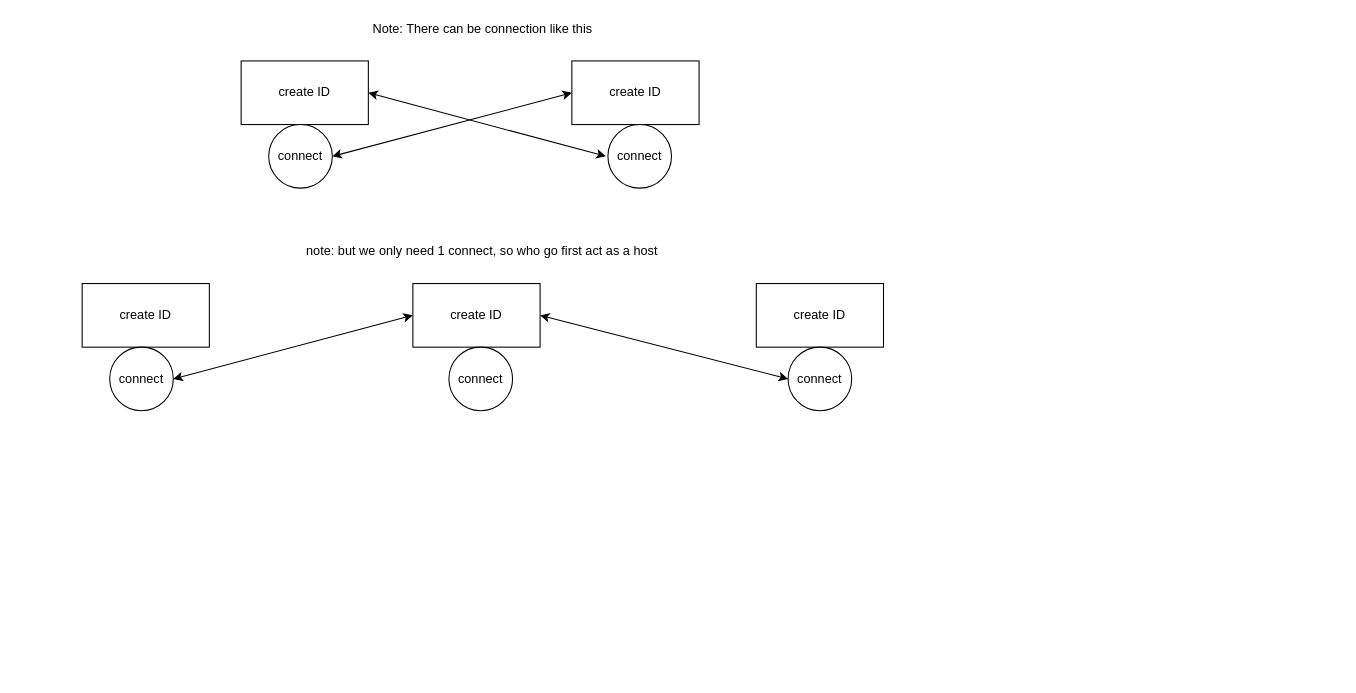
NeighBorChat/NeighBorChat keeps this draw.io diagram as diagram/ConnectionDiagram.drawio. Above is the earlier version. Source tidied: cells renumbered, new cells numbered last; positions are measured from the earlier drawing's top-left corner, leaving out a move shared by most shapes. Both pictures are drawn from the tidied source at 106%, with x=0, y=0 at pixel (82, 18).
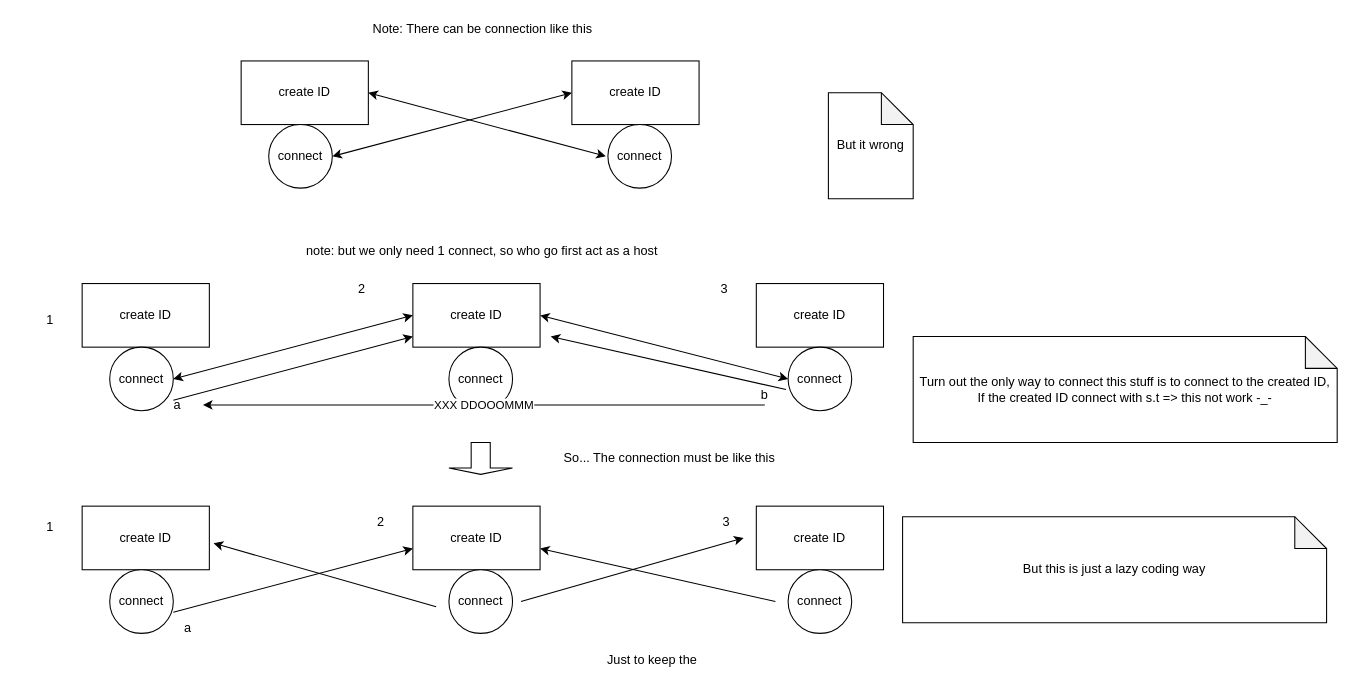
The same diagram, later.

Diff of the diagram source:
```diff
@@
+    <mxCell id="18" value="But it wrong" style="shape=note;whiteSpace=wrap;html=1;backgroundOutline=1;darkOpacity=0.05;" parent="1" vertex="1">
+      <mxGeometry x="704" y="70" width="80" height="100" as="geometry" />
+    </mxCell>
+    <mxCell id="19" value="Turn out the only way to connect this stuff is to connect to the created ID,&lt;br&gt;If the created ID connect with s.t =&amp;gt; this not work -_-" style="shape=note;whiteSpace=wrap;html=1;backgroundOutline=1;darkOpacity=0.05;" parent="1" vertex="1">
+      <mxGeometry x="784" y="300" width="400" height="100" as="geometry" />
+    </mxCell>
+    <mxCell id="20" style="endArrow=classic;startArrow=none;html=1;exitX=1;exitY=0.5;exitDx=0;exitDy=0;entryX=0;entryY=0.5;entryDx=0;entryDy=0;startFill=0;" parent="1" edge="1">
+      <mxGeometry relative="1" as="geometry">
+        <mxPoint x="86" y="360" as="sourcePoint" />
+        <mxPoint x="312" y="300" as="targetPoint" />
+      </mxGeometry>
+    </mxCell>
+    <mxCell id="21" style="endArrow=none;startArrow=classic;html=1;startFill=1;endFill=0;" parent="1" edge="1">
+      <mxGeometry relative="1" as="geometry">
+        <mxPoint x="442" y="300" as="sourcePoint" />
+        <mxPoint x="664" y="350" as="targetPoint" />
+      </mxGeometry>
+    </mxCell>
+    <mxCell id="22" value="create ID" style="rounded=0;whiteSpace=wrap;html=1;" parent="1" vertex="1">
+      <mxGeometry x="312" y="460" width="120" height="60" as="geometry" />
+    </mxCell>
+    <mxCell id="23" value="create ID" style="rounded=0;whiteSpace=wrap;html=1;" parent="1" vertex="1">
+      <mxGeometry x="636" y="460" width="120" height="60" as="geometry" />
+    </mxCell>
+    <mxCell id="24" value="connect" style="ellipse;whiteSpace=wrap;html=1;" parent="1" vertex="1">
+      <mxGeometry x="666" y="520" width="60" height="60" as="geometry" />
+    </mxCell>
+    <mxCell id="25" value="create ID" style="rounded=0;whiteSpace=wrap;html=1;" parent="1" vertex="1">
+      <mxGeometry y="460" width="120" height="60" as="geometry" />
+    </mxCell>
+    <mxCell id="26" value="connect" style="ellipse;whiteSpace=wrap;html=1;" parent="1" vertex="1">
+      <mxGeometry x="346" y="520" width="60" height="60" as="geometry" />
+    </mxCell>
+    <mxCell id="27" value="connect" style="ellipse;whiteSpace=wrap;html=1;" parent="1" vertex="1">
+      <mxGeometry x="26" y="520" width="60" height="60" as="geometry" />
+    </mxCell>
+    <mxCell id="28" style="endArrow=classic;startArrow=none;html=1;exitX=1;exitY=0.5;exitDx=0;exitDy=0;startFill=0;" parent="1" edge="1">
+      <mxGeometry relative="1" as="geometry">
+        <mxPoint x="334" y="555" as="sourcePoint" />
+        <mxPoint x="124" y="495" as="targetPoint" />
+      </mxGeometry>
+    </mxCell>
+    <mxCell id="29" style="endArrow=none;startArrow=classic;html=1;startFill=1;endFill=0;" parent="1" edge="1">
+      <mxGeometry relative="1" as="geometry">
+        <mxPoint x="624" y="490" as="sourcePoint" />
+        <mxPoint x="414" y="550" as="targetPoint" />
+      </mxGeometry>
+    </mxCell>
+    <mxCell id="30" style="shape=singleArrow;direction=south;whiteSpace=wrap;html=1;" parent="1" vertex="1">
+      <mxGeometry x="346" y="400" width="60" height="30" as="geometry" />
+    </mxCell>
+    <mxCell id="31" value="So... The connection must be like this&amp;nbsp;" style="text;html=1;strokeColor=none;fillColor=none;align=center;verticalAlign=middle;whiteSpace=wrap;rounded=0;" parent="1" vertex="1">
+      <mxGeometry x="432" y="400" width="248" height="30" as="geometry" />
+    </mxCell>
+    <mxCell id="32" value="Just to keep the" style="text;html=1;strokeColor=none;fillColor=none;align=center;verticalAlign=middle;whiteSpace=wrap;rounded=0;" parent="1" vertex="1">
+      <mxGeometry x="432" y="590" width="212" height="30" as="geometry" />
+    </mxCell>
+    <mxCell id="33" value="1" style="text;html=1;strokeColor=none;fillColor=none;align=center;verticalAlign=middle;whiteSpace=wrap;rounded=0;" parent="1" vertex="1">
+      <mxGeometry x="-60" y="270" width="60" height="30" as="geometry" />
+    </mxCell>
+    <mxCell id="34" value="2" style="text;html=1;strokeColor=none;fillColor=none;align=center;verticalAlign=middle;whiteSpace=wrap;rounded=0;" parent="1" vertex="1">
+      <mxGeometry x="234" y="240" width="60" height="30" as="geometry" />
+    </mxCell>
+    <mxCell id="35" value="3" style="text;html=1;strokeColor=none;fillColor=none;align=center;verticalAlign=middle;whiteSpace=wrap;rounded=0;" parent="1" vertex="1">
+      <mxGeometry x="576" y="240" width="60" height="30" as="geometry" />
+    </mxCell>
+    <mxCell id="36" value="a" style="text;html=1;strokeColor=none;fillColor=none;align=center;verticalAlign=middle;whiteSpace=wrap;rounded=0;" parent="1" vertex="1">
+      <mxGeometry x="60" y="350" width="60" height="30" as="geometry" />
+    </mxCell>
+    <mxCell id="37" value="b" style="text;html=1;strokeColor=none;fillColor=none;align=center;verticalAlign=middle;whiteSpace=wrap;rounded=0;" parent="1" vertex="1">
+      <mxGeometry x="614" y="340" width="60" height="30" as="geometry" />
+    </mxCell>
+    <mxCell id="38" value="1" style="text;html=1;strokeColor=none;fillColor=none;align=center;verticalAlign=middle;whiteSpace=wrap;rounded=0;" parent="1" vertex="1">
+      <mxGeometry x="-60" y="465" width="60" height="30" as="geometry" />
+    </mxCell>
+    <mxCell id="39" value="2" style="text;html=1;strokeColor=none;fillColor=none;align=center;verticalAlign=middle;whiteSpace=wrap;rounded=0;" parent="1" vertex="1">
+      <mxGeometry x="252" y="460" width="60" height="30" as="geometry" />
+    </mxCell>
+    <mxCell id="40" value="3" style="text;html=1;strokeColor=none;fillColor=none;align=center;verticalAlign=middle;whiteSpace=wrap;rounded=0;" parent="1" vertex="1">
+      <mxGeometry x="578" y="460" width="60" height="30" as="geometry" />
+    </mxCell>
+    <mxCell id="41" value="a" style="text;html=1;strokeColor=none;fillColor=none;align=center;verticalAlign=middle;whiteSpace=wrap;rounded=0;" parent="1" vertex="1">
+      <mxGeometry x="70" y="560" width="60" height="30" as="geometry" />
+    </mxCell>
+    <mxCell id="42" value="XXX DDOOOMMM" style="endArrow=none;startArrow=classic;html=1;startFill=1;endFill=0;" parent="1" edge="1">
+      <mxGeometry relative="1" as="geometry">
+        <mxPoint x="114" y="364.5" as="sourcePoint" />
+        <mxPoint x="644" y="364.5" as="targetPoint" />
+      </mxGeometry>
+    </mxCell>
+    <mxCell id="43" style="endArrow=classic;startArrow=none;html=1;exitX=1;exitY=0.5;exitDx=0;exitDy=0;entryX=0;entryY=0.5;entryDx=0;entryDy=0;startFill=0;" parent="1" edge="1">
+      <mxGeometry relative="1" as="geometry">
+        <mxPoint x="86" y="560" as="sourcePoint" />
+        <mxPoint x="312" y="500" as="targetPoint" />
+      </mxGeometry>
+    </mxCell>
+    <mxCell id="44" style="endArrow=none;startArrow=classic;html=1;startFill=1;endFill=0;" parent="1" edge="1">
+      <mxGeometry relative="1" as="geometry">
+        <mxPoint x="432" y="500" as="sourcePoint" />
+        <mxPoint x="654" y="550" as="targetPoint" />
+      </mxGeometry>
+    </mxCell>
+    <mxCell id="45" value="But this is just a lazy coding way" style="shape=note;whiteSpace=wrap;html=1;backgroundOutline=1;darkOpacity=0.05;" parent="1" vertex="1">
+      <mxGeometry x="774" y="470" width="400" height="100" as="geometry" />
+    </mxCell>
```
